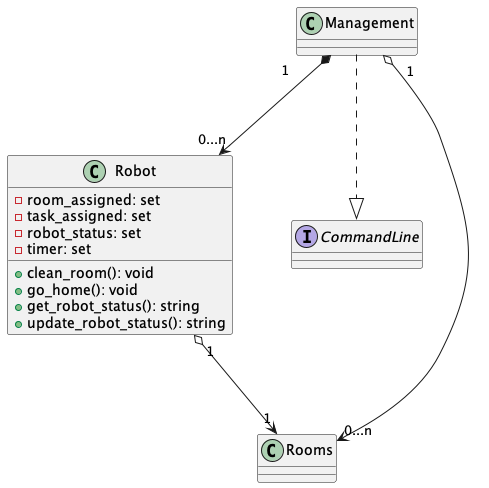
Earlier version of the PlantUML export out/docs/design/class_diagrams/robot_class_diagram/robot_class_diagram.png (ur-cs-courses/course-project-krykna).
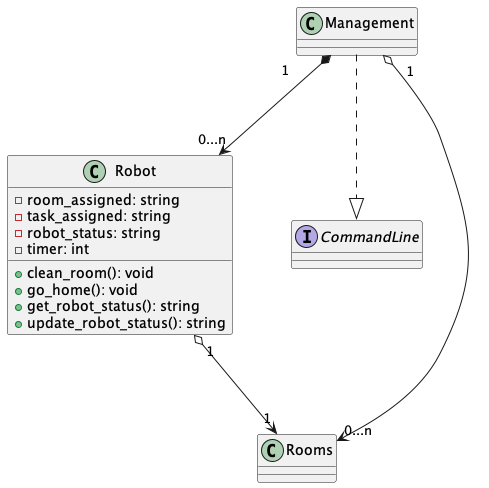
The same file after the commit.

Change to the diagram source:
```diff
@@ -1,9 +1,9 @@
 @startuml
 class Robot {
-  - room_assigned: set
-  - task_assigned: set
-  - robot_status: set
-  - timer: set
+  - room_assigned: string
+  - task_assigned: string
+  - robot_status: string
+  - timer: int
 
   + clean_room(): void
   + go_home(): void
```
